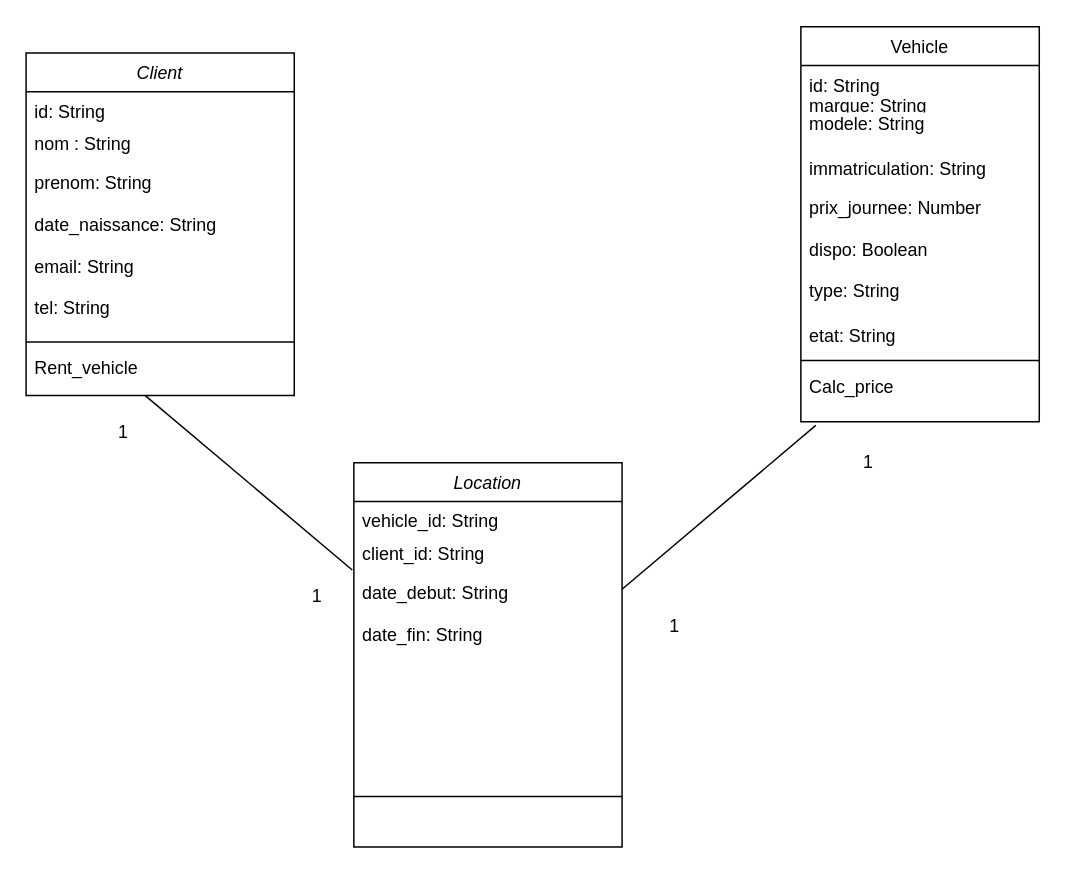
mxd838/location-vehicules keeps this draw.io diagram as documents/location.drawio. Above is the earlier version. Source tidied: cells renumbered, new cells numbered last; positions are measured from the earlier drawing's top-left corner, leaving out a move shared by most shapes. Both pictures are drawn from the tidied source at 149%, with x=0, y=0 at pixel (25, 25).
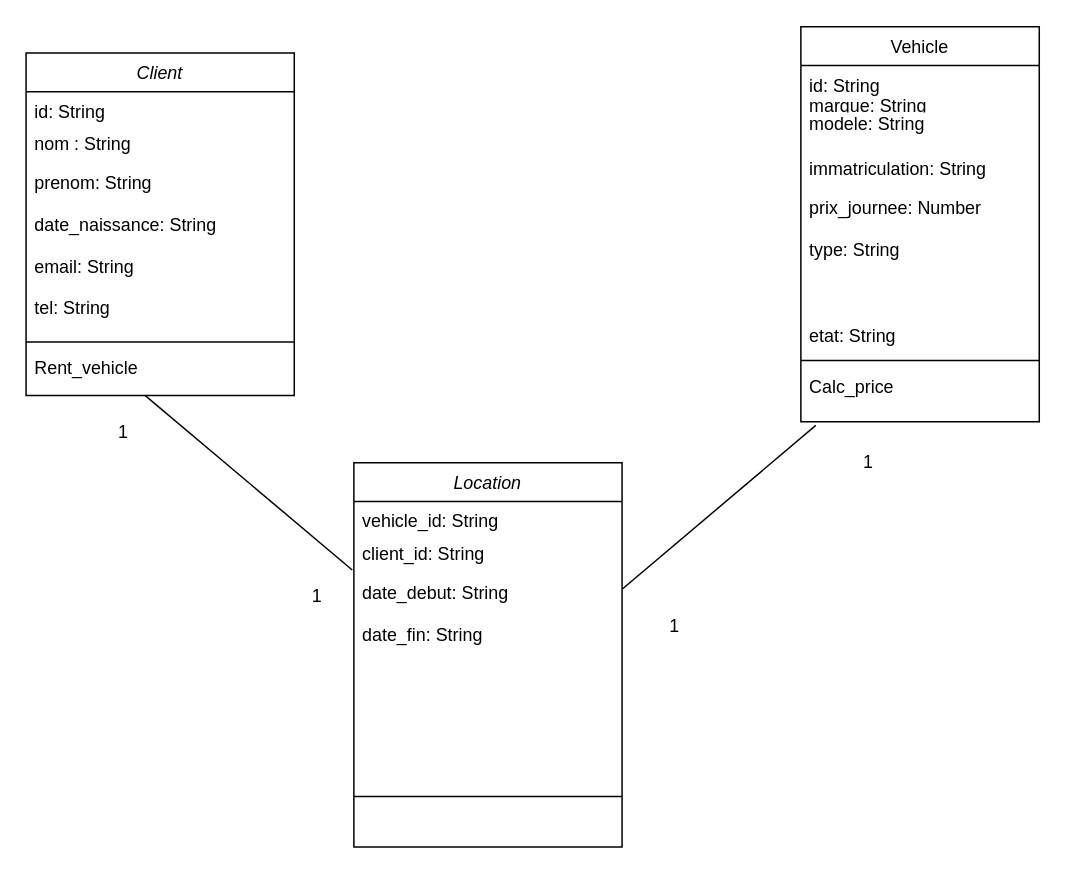
The same diagram, later.

The change refers to these unchanged cells:
```xml
<mxCell id="8" value="Vehicle" style="swimlane;fontStyle=0;align=center;verticalAlign=top;horizontal=1;startSize=26;rounded=0;shadow=0;strokeWidth=1;" parent="1" vertex="1">
  <mxGeometry x="520" y="0.5" width="160" height="265" as="geometry" />
</mxCell>
```

Change to the diagram source:
```diff
@@
-    <mxCell id="12" value="prix_journee: Number&#10;&#10;dispo: Boolean&#10;&#10;type: String" style="text;align=left;verticalAlign=top;spacingLeft=4;spacingRight=4;overflow=hidden;rounded=0;shadow=0;html=0;" parent="8" vertex="1">
+    <mxCell id="12" value="prix_journee: Number&#10;&#10;type: String" style="text;align=left;verticalAlign=top;spacingLeft=4;spacingRight=4;overflow=hidden;rounded=0;shadow=0;html=0;" parent="8" vertex="1">
       <mxGeometry y="108" width="160" height="86" as="geometry" />
     </mxCell>
```
